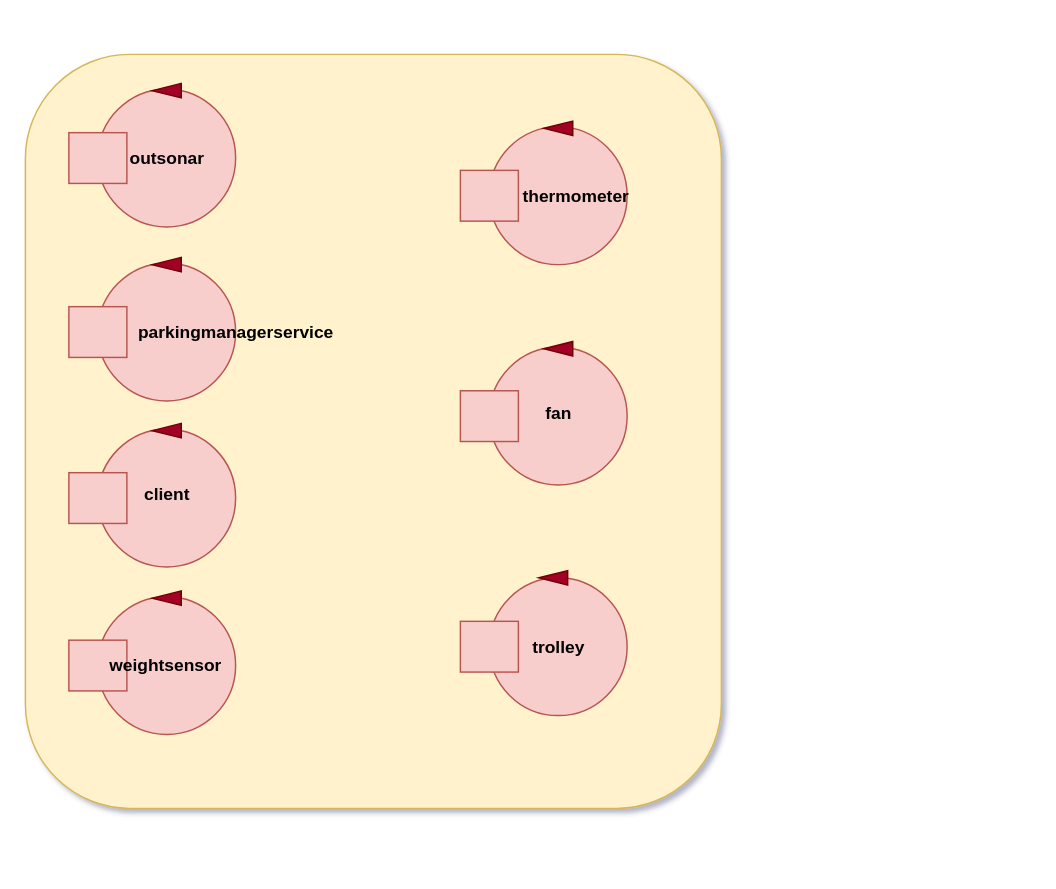
Before: Automated_Car_Parking/sprint_4/it.unibo.ParkManagerService_s4/userDocs/actors.drawio in LeoManto/Mantovani_Leonardo, a draw.io diagram. Source tidied: cells renumbered, new cells numbered last; positions are measured from the earlier drawing's top-left corner, leaving out a move shared by most shapes. Both pictures are drawn from the tidied source at 145%, with x=0, y=0 at pixel (25, 54).
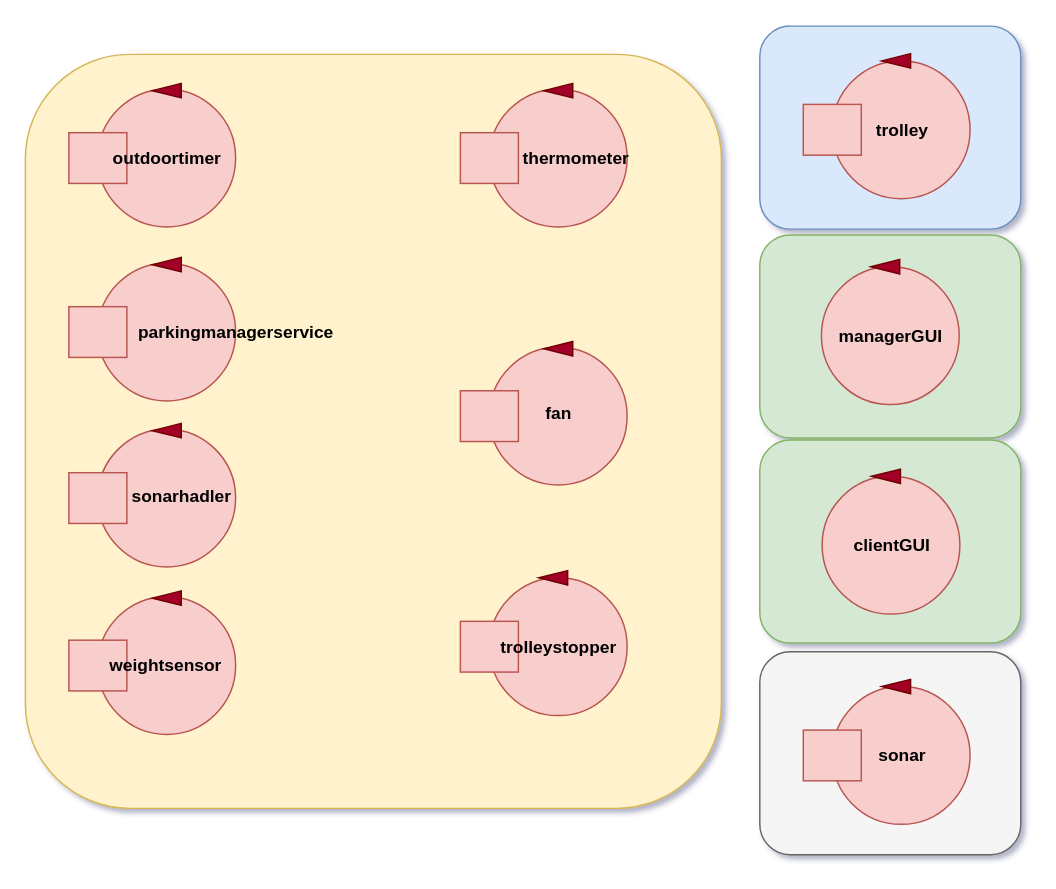
The same diagram, later.

What changed in the source:
```diff
@@
-    <mxCell id="10" value="&lt;font color=&quot;#000000&quot;&gt;&lt;b&gt;outsonar&lt;/b&gt;&lt;/font&gt;" style="text;html=1;strokeColor=none;fillColor=none;align=center;verticalAlign=middle;whiteSpace=wrap;rounded=0;" parent="1" vertex="1">
+    <mxCell id="10" value="&lt;font color=&quot;#000000&quot;&gt;&lt;b&gt;outdoortimer&lt;/b&gt;&lt;/font&gt;" style="text;html=1;strokeColor=none;fillColor=none;align=center;verticalAlign=middle;whiteSpace=wrap;rounded=0;" parent="1" vertex="1">
       <mxGeometry x="78" y="62" width="40" height="20" as="geometry" />
     </mxCell>
@@
-    <mxCell id="16" value="&lt;font color=&quot;#000000&quot;&gt;&lt;b&gt;client&lt;/b&gt;&lt;/font&gt;" style="text;html=1;strokeColor=none;fillColor=none;align=center;verticalAlign=middle;whiteSpace=wrap;rounded=0;" parent="1" vertex="1">
-      <mxGeometry x="78" y="296.5" width="40" height="15.5" as="geometry" />
+    <mxCell id="16" value="&lt;b&gt;sonarhadler&lt;/b&gt;" style="text;html=1;strokeColor=none;fillColor=none;align=center;verticalAlign=middle;whiteSpace=wrap;rounded=0;" parent="1" vertex="1">
+      <mxGeometry x="87.5" y="297" width="40" height="15.5" as="geometry" />
     </mxCell>
@@
     <mxCell id="19" style="ellipse;whiteSpace=wrap;html=1;fillColor=#f8cecc;strokeColor=#b85450;" parent="1" vertex="1">
-      <mxGeometry x="320" y="50" width="95" height="95" as="geometry" />
+      <mxGeometry x="320" y="24" width="95" height="95" as="geometry" />
     </mxCell>
     <mxCell id="20" value="&lt;b&gt;thermometer&lt;/b&gt;" style="text;html=1;strokeColor=none;fillColor=none;align=center;verticalAlign=middle;whiteSpace=wrap;rounded=0;" parent="1" vertex="1">
-      <mxGeometry x="360" y="89.8" width="40" height="15.5" as="geometry" />
+      <mxGeometry x="360" y="63.8" width="40" height="15.5" as="geometry" />
     </mxCell>
     <mxCell id="21" style="rounded=0;whiteSpace=wrap;html=1;fillColor=#f8cecc;strokeColor=#b85450;" parent="1" vertex="1">
-      <mxGeometry x="300" y="80" width="40" height="35" as="geometry" />
+      <mxGeometry x="300" y="54" width="40" height="35" as="geometry" />
     </mxCell>
     <mxCell id="22" style="triangle;whiteSpace=wrap;html=1;rotation=-180;fillColor=#a20025;strokeColor=#6F0000;fontColor=#ffffff;" parent="1" vertex="1">
-      <mxGeometry x="357.5" y="46" width="20" height="10" as="geometry" />
+      <mxGeometry x="357.5" y="20" width="20" height="10" as="geometry" />
     </mxCell>
@@
-    <mxCell id="30" value="&lt;b&gt;trolley&lt;/b&gt;" style="text;html=1;strokeColor=none;fillColor=none;align=center;verticalAlign=middle;whiteSpace=wrap;rounded=0;" parent="1" vertex="1">
+    <mxCell id="30" value="&lt;b&gt;trolleystopper&lt;/b&gt;" style="text;html=1;strokeColor=none;fillColor=none;align=center;verticalAlign=middle;whiteSpace=wrap;rounded=0;" parent="1" vertex="1">
       <mxGeometry x="348" y="399" width="40" height="20" as="geometry" />
     </mxCell>
+    <mxCell id="31" style="rounded=1;whiteSpace=wrap;html=1;fillColor=#dae8fc;strokeColor=#6c8ebf;" parent="1" vertex="1">
+      <mxGeometry x="506.5" y="-19.5" width="180" height="140" as="geometry" />
+    </mxCell>
+    <mxCell id="32" style="ellipse;whiteSpace=wrap;html=1;fillColor=#f8cecc;strokeColor=#b85450;" parent="1" vertex="1">
+      <mxGeometry x="556.5" y="4.5" width="95" height="95" as="geometry" />
+    </mxCell>
+    <mxCell id="33" style="rounded=0;whiteSpace=wrap;html=1;fillColor=#f8cecc;strokeColor=#b85450;" parent="1" vertex="1">
+      <mxGeometry x="536.5" y="34.5" width="40" height="35" as="geometry" />
+    </mxCell>
+    <mxCell id="34" style="triangle;whiteSpace=wrap;html=1;rotation=-180;fillColor=#a20025;strokeColor=#6F0000;fontColor=#ffffff;" parent="1" vertex="1">
+      <mxGeometry x="590.5" y="-0.5" width="20" height="10" as="geometry" />
+    </mxCell>
+    <mxCell id="35" value="&lt;b&gt;trolley&lt;/b&gt;" style="text;html=1;strokeColor=none;fillColor=none;align=center;verticalAlign=middle;whiteSpace=wrap;rounded=0;" parent="1" vertex="1">
+      <mxGeometry x="584.5" y="42.5" width="40" height="20" as="geometry" />
+    </mxCell>
+    <mxCell id="36" style="rounded=1;whiteSpace=wrap;html=1;fillColor=#d5e8d4;strokeColor=#82b366;" parent="1" vertex="1">
+      <mxGeometry x="506.5" y="124.5" width="180" height="140" as="geometry" />
+    </mxCell>
+    <mxCell id="37" style="ellipse;whiteSpace=wrap;html=1;fillColor=#f8cecc;strokeColor=#b85450;" parent="1" vertex="1">
+      <mxGeometry x="549" y="146.5" width="95" height="95" as="geometry" />
+    </mxCell>
+    <mxCell id="38" style="triangle;whiteSpace=wrap;html=1;rotation=-180;fillColor=#a20025;strokeColor=#6F0000;fontColor=#ffffff;" parent="1" vertex="1">
+      <mxGeometry x="583" y="141.5" width="20" height="10" as="geometry" />
+    </mxCell>
+    <mxCell id="39" value="&lt;b&gt;managerGUI&lt;/b&gt;" style="text;html=1;strokeColor=none;fillColor=none;align=center;verticalAlign=middle;whiteSpace=wrap;rounded=0;" parent="1" vertex="1">
+      <mxGeometry x="577" y="184.5" width="40" height="20" as="geometry" />
+    </mxCell>
+    <mxCell id="40" style="rounded=1;whiteSpace=wrap;html=1;fillColor=#d5e8d4;strokeColor=#82b366;" parent="1" vertex="1">
+      <mxGeometry x="506.5" y="266" width="180" height="140" as="geometry" />
+    </mxCell>
+    <mxCell id="41" style="ellipse;whiteSpace=wrap;html=1;fillColor=#f8cecc;strokeColor=#b85450;" parent="1" vertex="1">
+      <mxGeometry x="549.5" y="291" width="95" height="95" as="geometry" />
+    </mxCell>
+    <mxCell id="42" style="triangle;whiteSpace=wrap;html=1;rotation=-180;fillColor=#a20025;strokeColor=#6F0000;fontColor=#ffffff;" parent="1" vertex="1">
+      <mxGeometry x="583.5" y="286" width="20" height="10" as="geometry" />
+    </mxCell>
+    <mxCell id="43" value="&lt;b&gt;clientGUI&lt;/b&gt;" style="text;html=1;strokeColor=none;fillColor=none;align=center;verticalAlign=middle;whiteSpace=wrap;rounded=0;" parent="1" vertex="1">
+      <mxGeometry x="577.5" y="329" width="40" height="20" as="geometry" />
+    </mxCell>
+    <mxCell id="44" style="rounded=1;whiteSpace=wrap;html=1;fillColor=#f5f5f5;strokeColor=#666666;fontColor=#333333;" parent="1" vertex="1">
+      <mxGeometry x="506.5" y="412" width="180" height="140" as="geometry" />
+    </mxCell>
+    <mxCell id="45" style="ellipse;whiteSpace=wrap;html=1;fillColor=#f8cecc;strokeColor=#b85450;" parent="1" vertex="1">
+      <mxGeometry x="556.5" y="436" width="95" height="95" as="geometry" />
+    </mxCell>
+    <mxCell id="46" style="rounded=0;whiteSpace=wrap;html=1;fillColor=#f8cecc;strokeColor=#b85450;" parent="1" vertex="1">
+      <mxGeometry x="536.5" y="466" width="40" height="35" as="geometry" />
+    </mxCell>
+    <mxCell id="47" style="triangle;whiteSpace=wrap;html=1;rotation=-180;fillColor=#a20025;strokeColor=#6F0000;fontColor=#ffffff;" parent="1" vertex="1">
+      <mxGeometry x="590.5" y="431" width="20" height="10" as="geometry" />
+    </mxCell>
+    <mxCell id="48" value="&lt;b&gt;sonar&lt;/b&gt;" style="text;html=1;strokeColor=none;fillColor=none;align=center;verticalAlign=middle;whiteSpace=wrap;rounded=0;" parent="1" vertex="1">
+      <mxGeometry x="584.5" y="474" width="40" height="20" as="geometry" />
+    </mxCell>
```
